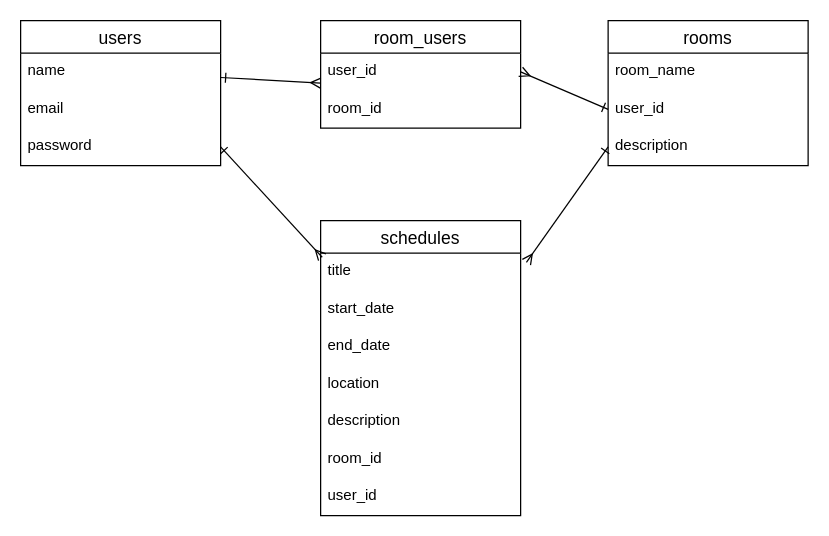
moritak40123/scheduleapp keeps this draw.io diagram as schedule.dio. Above is the earlier version. Source tidied: cells renumbered, new cells numbered last; positions are measured from the earlier drawing's top-left corner, leaving out a move shared by most shapes. Both pictures are drawn from the tidied source at 125%, with x=0, y=0 at pixel (20, 20).
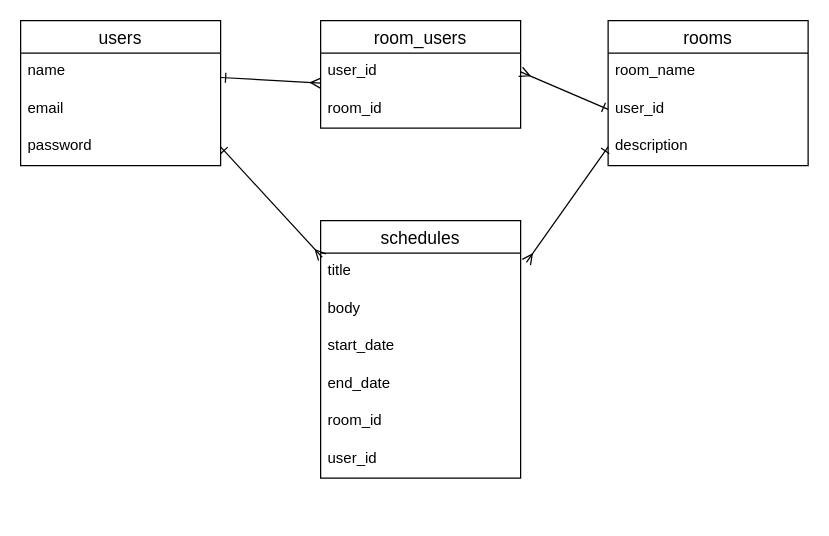
Above is the later version.

Change to the diagram source:
```diff
@@
     <mxCell id="13" value="schedules" style="swimlane;fontStyle=0;horizontal=1;startSize=26;align=center;fontSize=14;" parent="1" vertex="1">
-      <mxGeometry x="240" y="160" width="160" height="236" as="geometry" />
+      <mxGeometry x="240" y="160" width="160" height="206" as="geometry" />
     </mxCell>
@@
+    <mxCell id="18" value="body" style="text;strokeColor=none;fillColor=none;spacingLeft=4;spacingRight=4;overflow=hidden;fontSize=12;" parent="13" vertex="1">
+      <mxGeometry y="56" width="160" height="30" as="geometry" />
+    </mxCell>
     <mxCell id="15" value="start_date" style="text;strokeColor=none;fillColor=none;spacingLeft=4;spacingRight=4;overflow=hidden;fontSize=12;" parent="13" vertex="1">
-      <mxGeometry y="56" width="160" height="30" as="geometry" />
+      <mxGeometry y="86" width="160" height="30" as="geometry" />
     </mxCell>
     <mxCell id="16" value="end_date" style="text;strokeColor=none;fillColor=none;spacingLeft=4;spacingRight=4;overflow=hidden;fontSize=12;" parent="13" vertex="1">
-      <mxGeometry y="86" width="160" height="30" as="geometry" />
+      <mxGeometry y="116" width="160" height="30" as="geometry" />
     </mxCell>
-    <mxCell id="17" value="location" style="text;strokeColor=none;fillColor=none;spacingLeft=4;spacingRight=4;overflow=hidden;fontSize=12;" parent="13" vertex="1">
-      <mxGeometry y="116" width="160" height="30" as="geometry" />
-    </mxCell>
-    <mxCell id="18" value="description" style="text;strokeColor=none;fillColor=none;spacingLeft=4;spacingRight=4;overflow=hidden;fontSize=12;" parent="13" vertex="1">
-      <mxGeometry y="146" width="160" height="30" as="geometry" />
-    </mxCell>
     <mxCell id="19" value="room_id" style="text;strokeColor=none;fillColor=none;spacingLeft=4;spacingRight=4;overflow=hidden;fontSize=12;" parent="13" vertex="1">
-      <mxGeometry y="176" width="160" height="30" as="geometry" />
+      <mxGeometry y="146" width="160" height="30" as="geometry" />
     </mxCell>
     <mxCell id="20" value="user_id" style="text;strokeColor=none;fillColor=none;spacingLeft=4;spacingRight=4;overflow=hidden;fontSize=12;" parent="13" vertex="1">
-      <mxGeometry y="206" width="160" height="30" as="geometry" />
+      <mxGeometry y="176" width="160" height="30" as="geometry" />
     </mxCell>
```
